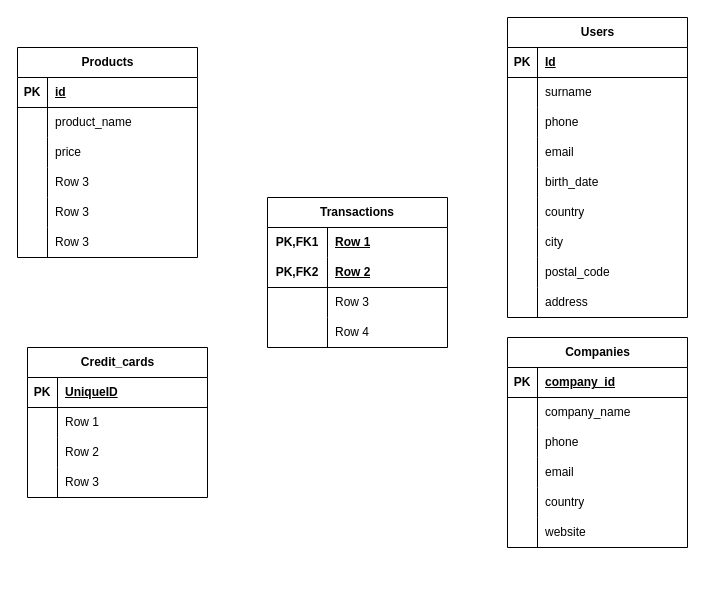
This is Sprint 4_Data Modeling_SQL.drawio from Paulacharui/Sprint-4, a draw.io file, before an edit. Source tidied: cells renumbered, new cells numbered last; positions are measured from the earlier drawing's top-left corner, leaving out a move shared by most shapes. Both pictures are drawn from the tidied source at 100%, with x=0, y=0 at pixel (17, 17).
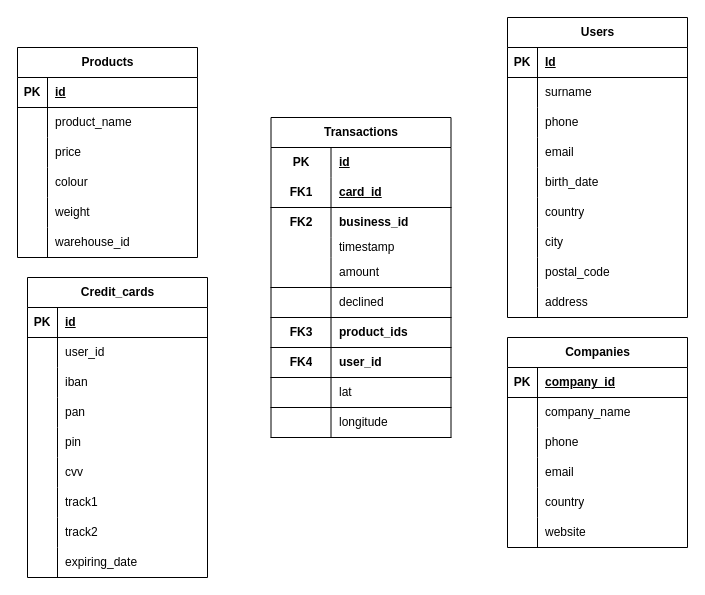
The same page after the edit.

The change refers to these unchanged cells:
```xml
<mxCell id="40" style="shape=tableRow;horizontal=0;startSize=0;swimlaneHead=0;swimlaneBody=0;fillColor=none;top=0;left=0;right=0;bottom=0;" parent="30" vertex="1">
  <mxGeometry y="120" width="180" height="30" as="geometry" />
</mxCell>
<mxCell id="43" style="shape=tableRow;horizontal=0;startSize=0;swimlaneHead=0;swimlaneBody=0;fillColor=none;top=0;left=0;right=0;bottom=0;" parent="30" vertex="1">
  <mxGeometry y="150" width="180" height="30" as="geometry" />
</mxCell>
<mxCell id="46" style="shape=tableRow;horizontal=0;startSize=0;swimlaneHead=0;swimlaneBody=0;fillColor=none;top=0;left=0;right=0;bottom=0;" parent="30" vertex="1">
  <mxGeometry y="180" width="180" height="30" as="geometry" />
</mxCell>
<mxCell id="50" style="shape=tableRow;horizontal=0;startSize=0;swimlaneHead=0;swimlaneBody=0;fillColor=none;top=0;left=0;right=0;bottom=1;" parent="49" vertex="1">
  <mxGeometry y="30" width="180" height="30" as="geometry" />
</mxCell>
<mxCell id="53" style="shape=tableRow;horizontal=0;startSize=0;swimlaneHead=0;swimlaneBody=0;fillColor=none;top=0;left=0;right=0;bottom=0;" parent="49" vertex="1">
  <mxGeometry y="60" width="180" height="30" as="geometry" />
</mxCell>
<mxCell id="56" style="shape=tableRow;horizontal=0;startSize=0;swimlaneHead=0;swimlaneBody=0;fillColor=none;top=0;left=0;right=0;bottom=0;" parent="49" vertex="1">
  <mxGeometry y="90" width="180" height="30" as="geometry" />
</mxCell>
<mxCell id="59" style="shape=tableRow;horizontal=0;startSize=0;swimlaneHead=0;swimlaneBody=0;fillColor=none;top=0;left=0;right=0;bottom=0;" parent="49" vertex="1">
  <mxGeometry y="120" width="180" height="30" as="geometry" />
</mxCell>
<mxCell id="82" style="shape=tableRow;horizontal=0;startSize=0;swimlaneHead=0;swimlaneBody=0;fillColor=none;top=0;left=0;right=0;bottom=0;html=1;" parent="81" vertex="1">
  <mxGeometry y="30" width="180" height="30" as="geometry" />
</mxCell>
<mxCell id="85" style="shape=tableRow;horizontal=0;startSize=0;swimlaneHead=0;swimlaneBody=0;fillColor=none;top=0;left=0;right=0;bottom=1;html=1;" parent="81" vertex="1">
  <mxGeometry y="60" width="180" height="30" as="geometry" />
</mxCell>
<mxCell id="88" style="shape=tableRow;horizontal=0;startSize=0;swimlaneHead=0;swimlaneBody=0;fillColor=none;top=0;left=0;right=0;bottom=0;html=1;" parent="81" vertex="1">
  <mxGeometry y="90" width="180" height="30" as="geometry" />
</mxCell>
```

Change to the diagram source:
```diff
@@
-    <mxCell id="42" value="Row 3" style="shape=partialRectangle;fillColor=none;top=0;left=0;bottom=0;right=0;align=left;spacingLeft=6;overflow=hidden;whiteSpace=wrap;html=1;" parent="40" vertex="1">
+    <mxCell id="42" value="colour" style="shape=partialRectangle;fillColor=none;top=0;left=0;bottom=0;right=0;align=left;spacingLeft=6;overflow=hidden;whiteSpace=wrap;html=1;" parent="40" vertex="1">
       <mxGeometry x="30" width="150" height="30" as="geometry" />
     </mxCell>
@@
-    <mxCell id="45" value="Row 3" style="shape=partialRectangle;fillColor=none;top=0;left=0;bottom=0;right=0;align=left;spacingLeft=6;overflow=hidden;whiteSpace=wrap;html=1;" parent="43" vertex="1">
+    <mxCell id="45" value="weight" style="shape=partialRectangle;fillColor=none;top=0;left=0;bottom=0;right=0;align=left;spacingLeft=6;overflow=hidden;whiteSpace=wrap;html=1;" parent="43" vertex="1">
       <mxGeometry x="30" width="150" height="30" as="geometry" />
     </mxCell>
@@
-    <mxCell id="48" value="Row 3" style="shape=partialRectangle;fillColor=none;top=0;left=0;bottom=0;right=0;align=left;spacingLeft=6;overflow=hidden;whiteSpace=wrap;html=1;" parent="46" vertex="1">
+    <mxCell id="48" value="warehouse_id" style="shape=partialRectangle;fillColor=none;top=0;left=0;bottom=0;right=0;align=left;spacingLeft=6;overflow=hidden;whiteSpace=wrap;html=1;" parent="46" vertex="1">
       <mxGeometry x="30" width="150" height="30" as="geometry" />
     </mxCell>
     <mxCell id="49" value="Credit_cards" style="shape=table;startSize=30;childLayout=tableLayout;rowLines=0;fontStyle=1;align=center;html=1;" parent="1" vertex="1">
-      <mxGeometry x="10" y="330" width="180" height="150" as="geometry" />
+      <mxGeometry x="10" y="260" width="180" height="300" as="geometry" />
     </mxCell>
@@
-    <mxCell id="52" value="UniqueID" style="shape=partialRectangle;fillColor=none;top=0;left=0;bottom=0;right=0;align=left;spacingLeft=6;fontStyle=5;overflow=hidden;whiteSpace=wrap;html=1;" parent="50" vertex="1">
+    <mxCell id="52" value="id" style="shape=partialRectangle;fillColor=none;top=0;left=0;bottom=0;right=0;align=left;spacingLeft=6;fontStyle=5;overflow=hidden;whiteSpace=wrap;html=1;" parent="50" vertex="1">
       <mxGeometry x="30" width="150" height="30" as="geometry" />
     </mxCell>
@@
-    <mxCell id="55" value="Row 1" style="shape=partialRectangle;fillColor=none;top=0;left=0;bottom=0;right=0;align=left;spacingLeft=6;overflow=hidden;whiteSpace=wrap;html=1;" parent="53" vertex="1">
+    <mxCell id="55" value="user_id" style="shape=partialRectangle;fillColor=none;top=0;left=0;bottom=0;right=0;align=left;spacingLeft=6;overflow=hidden;whiteSpace=wrap;html=1;" parent="53" vertex="1">
       <mxGeometry x="30" width="150" height="30" as="geometry" />
     </mxCell>
@@
-    <mxCell id="58" value="Row 2" style="shape=partialRectangle;fillColor=none;top=0;left=0;bottom=0;right=0;align=left;spacingLeft=6;overflow=hidden;whiteSpace=wrap;html=1;" parent="56" vertex="1">
+    <mxCell id="58" value="iban" style="shape=partialRectangle;fillColor=none;top=0;left=0;bottom=0;right=0;align=left;spacingLeft=6;overflow=hidden;whiteSpace=wrap;html=1;" parent="56" vertex="1">
       <mxGeometry x="30" width="150" height="30" as="geometry" />
     </mxCell>
@@
-    <mxCell id="61" value="Row 3" style="shape=partialRectangle;fillColor=none;top=0;left=0;bottom=0;right=0;align=left;spacingLeft=6;overflow=hidden;whiteSpace=wrap;html=1;" parent="59" vertex="1">
+    <mxCell id="61" value="pan" style="shape=partialRectangle;fillColor=none;top=0;left=0;bottom=0;right=0;align=left;spacingLeft=6;overflow=hidden;whiteSpace=wrap;html=1;" parent="59" vertex="1">
       <mxGeometry x="30" width="150" height="30" as="geometry" />
     </mxCell>
+    <mxCell id="94" style="shape=tableRow;horizontal=0;startSize=0;swimlaneHead=0;swimlaneBody=0;fillColor=none;top=0;left=0;right=0;bottom=0;" parent="49" vertex="1">
+      <mxGeometry y="150" width="180" height="30" as="geometry" />
+    </mxCell>
+    <mxCell id="95" style="shape=partialRectangle;fillColor=none;top=0;left=0;bottom=0;right=0;overflow=hidden;whiteSpace=wrap;html=1;" parent="94" vertex="1">
+      <mxGeometry width="30" height="30" as="geometry" />
+    </mxCell>
+    <mxCell id="96" value="pin" style="shape=partialRectangle;fillColor=none;top=0;left=0;bottom=0;right=0;align=left;spacingLeft=6;overflow=hidden;whiteSpace=wrap;html=1;" parent="94" vertex="1">
+      <mxGeometry x="30" width="150" height="30" as="geometry" />
+    </mxCell>
+    <mxCell id="97" style="shape=tableRow;horizontal=0;startSize=0;swimlaneHead=0;swimlaneBody=0;fillColor=none;top=0;left=0;right=0;bottom=0;" parent="49" vertex="1">
+      <mxGeometry y="180" width="180" height="30" as="geometry" />
+    </mxCell>
+    <mxCell id="98" style="shape=partialRectangle;fillColor=none;top=0;left=0;bottom=0;right=0;overflow=hidden;whiteSpace=wrap;html=1;" parent="97" vertex="1">
+      <mxGeometry width="30" height="30" as="geometry" />
+    </mxCell>
+    <mxCell id="99" value="cvv" style="shape=partialRectangle;fillColor=none;top=0;left=0;bottom=0;right=0;align=left;spacingLeft=6;overflow=hidden;whiteSpace=wrap;html=1;" parent="97" vertex="1">
+      <mxGeometry x="30" width="150" height="30" as="geometry" />
+    </mxCell>
+    <mxCell id="100" style="shape=tableRow;horizontal=0;startSize=0;swimlaneHead=0;swimlaneBody=0;fillColor=none;top=0;left=0;right=0;bottom=0;" parent="49" vertex="1">
+      <mxGeometry y="210" width="180" height="30" as="geometry" />
+    </mxCell>
+    <mxCell id="101" style="shape=partialRectangle;fillColor=none;top=0;left=0;bottom=0;right=0;overflow=hidden;whiteSpace=wrap;html=1;" parent="100" vertex="1">
+      <mxGeometry width="30" height="30" as="geometry" />
+    </mxCell>
+    <mxCell id="102" value="track1" style="shape=partialRectangle;fillColor=none;top=0;left=0;bottom=0;right=0;align=left;spacingLeft=6;overflow=hidden;whiteSpace=wrap;html=1;" parent="100" vertex="1">
+      <mxGeometry x="30" width="150" height="30" as="geometry" />
+    </mxCell>
+    <mxCell id="103" style="shape=tableRow;horizontal=0;startSize=0;swimlaneHead=0;swimlaneBody=0;fillColor=none;top=0;left=0;right=0;bottom=0;" parent="49" vertex="1">
+      <mxGeometry y="240" width="180" height="30" as="geometry" />
+    </mxCell>
+    <mxCell id="104" style="shape=partialRectangle;fillColor=none;top=0;left=0;bottom=0;right=0;overflow=hidden;whiteSpace=wrap;html=1;" parent="103" vertex="1">
+      <mxGeometry width="30" height="30" as="geometry" />
+    </mxCell>
+    <mxCell id="105" value="track2" style="shape=partialRectangle;fillColor=none;top=0;left=0;bottom=0;right=0;align=left;spacingLeft=6;overflow=hidden;whiteSpace=wrap;html=1;" parent="103" vertex="1">
+      <mxGeometry x="30" width="150" height="30" as="geometry" />
+    </mxCell>
+    <mxCell id="106" style="shape=tableRow;horizontal=0;startSize=0;swimlaneHead=0;swimlaneBody=0;fillColor=none;top=0;left=0;right=0;bottom=0;" parent="49" vertex="1">
+      <mxGeometry y="270" width="180" height="30" as="geometry" />
+    </mxCell>
+    <mxCell id="107" style="shape=partialRectangle;fillColor=none;top=0;left=0;bottom=0;right=0;overflow=hidden;whiteSpace=wrap;html=1;" parent="106" vertex="1">
+      <mxGeometry width="30" height="30" as="geometry" />
+    </mxCell>
+    <mxCell id="108" value="expiring_date" style="shape=partialRectangle;fillColor=none;top=0;left=0;bottom=0;right=0;align=left;spacingLeft=6;overflow=hidden;whiteSpace=wrap;html=1;" parent="106" vertex="1">
+      <mxGeometry x="30" width="150" height="30" as="geometry" />
+    </mxCell>
@@
     <mxCell id="81" value="Transactions" style="shape=table;startSize=30;childLayout=tableLayout;rowLines=0;fontStyle=1;align=center;html=1;whiteSpace=wrap;" parent="1" vertex="1">
-      <mxGeometry x="250" y="180" width="180" height="150" as="geometry" />
+      <mxGeometry x="253.5" y="100" width="180" height="320" as="geometry" />
     </mxCell>
@@
-    <mxCell id="83" value="PK,FK1" style="shape=partialRectangle;fillColor=none;top=0;left=0;bottom=0;right=0;fontStyle=1;overflow=hidden;html=1;whiteSpace=wrap;" parent="82" vertex="1">
+    <mxCell id="83" value="PK" style="shape=partialRectangle;fillColor=none;top=0;left=0;bottom=0;right=0;fontStyle=1;overflow=hidden;html=1;whiteSpace=wrap;" parent="82" vertex="1">
       <mxGeometry width="60" height="30" as="geometry" />
     </mxCell>
-    <mxCell id="84" value="Row 1" style="shape=partialRectangle;fillColor=none;top=0;left=0;bottom=0;right=0;align=left;spacingLeft=6;fontStyle=5;overflow=hidden;html=1;whiteSpace=wrap;" parent="82" vertex="1">
+    <mxCell id="84" value="id" style="shape=partialRectangle;fillColor=none;top=0;left=0;bottom=0;right=0;align=left;spacingLeft=6;fontStyle=5;overflow=hidden;html=1;whiteSpace=wrap;" parent="82" vertex="1">
       <mxGeometry x="60" width="120" height="30" as="geometry" />
     </mxCell>
@@
-    <mxCell id="86" value="PK,FK2" style="shape=partialRectangle;fillColor=none;top=0;left=0;bottom=0;right=0;fontStyle=1;overflow=hidden;html=1;whiteSpace=wrap;" parent="85" vertex="1">
+    <mxCell id="86" value="FK1" style="shape=partialRectangle;fillColor=none;top=0;left=0;bottom=0;right=0;fontStyle=1;overflow=hidden;html=1;whiteSpace=wrap;" parent="85" vertex="1">
       <mxGeometry width="60" height="30" as="geometry" />
     </mxCell>
-    <mxCell id="87" value="Row 2" style="shape=partialRectangle;fillColor=none;top=0;left=0;bottom=0;right=0;align=left;spacingLeft=6;fontStyle=5;overflow=hidden;html=1;whiteSpace=wrap;" parent="85" vertex="1">
+    <mxCell id="87" value="card_id" style="shape=partialRectangle;fillColor=none;top=0;left=0;bottom=0;right=0;align=left;spacingLeft=6;fontStyle=5;overflow=hidden;html=1;whiteSpace=wrap;" parent="85" vertex="1">
       <mxGeometry x="60" width="120" height="30" as="geometry" />
     </mxCell>
@@
-    <mxCell id="89" style="shape=partialRectangle;fillColor=none;top=0;left=0;bottom=0;right=0;overflow=hidden;html=1;whiteSpace=wrap;" parent="88" vertex="1">
+    <mxCell id="89" value="&lt;b&gt;FK2&lt;/b&gt;" style="shape=partialRectangle;fillColor=none;top=0;left=0;bottom=0;right=0;overflow=hidden;html=1;whiteSpace=wrap;" parent="88" vertex="1">
       <mxGeometry width="60" height="30" as="geometry" />
     </mxCell>
-    <mxCell id="90" value="Row 3" style="shape=partialRectangle;fillColor=none;top=0;left=0;bottom=0;right=0;align=left;spacingLeft=6;overflow=hidden;html=1;whiteSpace=wrap;" parent="88" vertex="1">
+    <mxCell id="90" value="&lt;b&gt;business_id&lt;/b&gt;" style="shape=partialRectangle;fillColor=none;top=0;left=0;bottom=0;right=0;align=left;spacingLeft=6;overflow=hidden;html=1;whiteSpace=wrap;" parent="88" vertex="1">
       <mxGeometry x="60" width="120" height="30" as="geometry" />
     </mxCell>
     <mxCell id="91" style="shape=tableRow;horizontal=0;startSize=0;swimlaneHead=0;swimlaneBody=0;fillColor=none;top=0;left=0;right=0;bottom=0;html=1;" parent="81" vertex="1">
-      <mxGeometry y="120" width="180" height="30" as="geometry" />
+      <mxGeometry y="120" width="180" height="20" as="geometry" />
     </mxCell>
     <mxCell id="92" style="shape=partialRectangle;fillColor=none;top=0;left=0;bottom=0;right=0;overflow=hidden;html=1;whiteSpace=wrap;" parent="91" vertex="1">
-      <mxGeometry width="60" height="30" as="geometry" />
+      <mxGeometry width="60" height="20" as="geometry" />
     </mxCell>
-    <mxCell id="93" value="Row 4" style="shape=partialRectangle;fillColor=none;top=0;left=0;bottom=0;right=0;align=left;spacingLeft=6;overflow=hidden;html=1;whiteSpace=wrap;" parent="91" vertex="1">
-      <mxGeometry x="60" width="120" height="30" as="geometry" />
+    <mxCell id="93" value="timestamp" style="shape=partialRectangle;fillColor=none;top=0;left=0;bottom=0;right=0;align=left;spacingLeft=6;overflow=hidden;html=1;whiteSpace=wrap;" parent="91" vertex="1">
+      <mxGeometry x="60" width="120" height="20" as="geometry" />
     </mxCell>
+    <mxCell id="109" style="shape=tableRow;horizontal=0;startSize=0;swimlaneHead=0;swimlaneBody=0;fillColor=none;top=0;left=0;right=0;bottom=1;html=1;" parent="81" vertex="1">
+      <mxGeometry y="140" width="180" height="30" as="geometry" />
+    </mxCell>
+    <mxCell id="110" style="shape=partialRectangle;fillColor=none;top=0;left=0;bottom=0;right=0;fontStyle=1;overflow=hidden;html=1;whiteSpace=wrap;" parent="109" vertex="1">
+      <mxGeometry width="60" height="30" as="geometry" />
+    </mxCell>
+    <mxCell id="111" value="&lt;span style=&quot;font-weight: normal;&quot;&gt;amount&lt;/span&gt;" style="shape=partialRectangle;fillColor=none;top=0;left=0;bottom=0;right=0;align=left;spacingLeft=6;fontStyle=1;overflow=hidden;html=1;whiteSpace=wrap;" parent="109" vertex="1">
+      <mxGeometry x="60" width="120" height="30" as="geometry" />
+    </mxCell>
+    <mxCell id="112" style="shape=tableRow;horizontal=0;startSize=0;swimlaneHead=0;swimlaneBody=0;fillColor=none;top=0;left=0;right=0;bottom=1;html=1;" parent="81" vertex="1">
+      <mxGeometry y="170" width="180" height="30" as="geometry" />
+    </mxCell>
+    <mxCell id="113" style="shape=partialRectangle;fillColor=none;top=0;left=0;bottom=0;right=0;fontStyle=1;overflow=hidden;html=1;whiteSpace=wrap;" parent="112" vertex="1">
+      <mxGeometry width="60" height="30" as="geometry" />
+    </mxCell>
+    <mxCell id="114" value="&lt;span style=&quot;font-weight: normal;&quot;&gt;declined&lt;/span&gt;" style="shape=partialRectangle;fillColor=none;top=0;left=0;bottom=0;right=0;align=left;spacingLeft=6;fontStyle=1;overflow=hidden;html=1;whiteSpace=wrap;" parent="112" vertex="1">
+      <mxGeometry x="60" width="120" height="30" as="geometry" />
+    </mxCell>
+    <mxCell id="115" style="shape=tableRow;horizontal=0;startSize=0;swimlaneHead=0;swimlaneBody=0;fillColor=none;top=0;left=0;right=0;bottom=1;html=1;" parent="81" vertex="1">
+      <mxGeometry y="200" width="180" height="30" as="geometry" />
+    </mxCell>
+    <mxCell id="116" value="FK3" style="shape=partialRectangle;fillColor=none;top=0;left=0;bottom=0;right=0;fontStyle=1;overflow=hidden;html=1;whiteSpace=wrap;" parent="115" vertex="1">
+      <mxGeometry width="60" height="30" as="geometry" />
+    </mxCell>
+    <mxCell id="117" value="product_ids" style="shape=partialRectangle;fillColor=none;top=0;left=0;bottom=0;right=0;align=left;spacingLeft=6;fontStyle=1;overflow=hidden;html=1;whiteSpace=wrap;" parent="115" vertex="1">
+      <mxGeometry x="60" width="120" height="30" as="geometry" />
+    </mxCell>
+    <mxCell id="118" style="shape=tableRow;horizontal=0;startSize=0;swimlaneHead=0;swimlaneBody=0;fillColor=none;top=0;left=0;right=0;bottom=1;html=1;" parent="81" vertex="1">
+      <mxGeometry y="230" width="180" height="30" as="geometry" />
+    </mxCell>
+    <mxCell id="119" value="FK4" style="shape=partialRectangle;fillColor=none;top=0;left=0;bottom=0;right=0;fontStyle=1;overflow=hidden;html=1;whiteSpace=wrap;" parent="118" vertex="1">
+      <mxGeometry width="60" height="30" as="geometry" />
+    </mxCell>
+    <mxCell id="120" value="user_id" style="shape=partialRectangle;fillColor=none;top=0;left=0;bottom=0;right=0;align=left;spacingLeft=6;fontStyle=1;overflow=hidden;html=1;whiteSpace=wrap;" parent="118" vertex="1">
+      <mxGeometry x="60" width="120" height="30" as="geometry" />
+    </mxCell>
+    <mxCell id="121" style="shape=tableRow;horizontal=0;startSize=0;swimlaneHead=0;swimlaneBody=0;fillColor=none;top=0;left=0;right=0;bottom=1;html=1;" parent="81" vertex="1">
+      <mxGeometry y="260" width="180" height="30" as="geometry" />
+    </mxCell>
+    <mxCell id="122" style="shape=partialRectangle;fillColor=none;top=0;left=0;bottom=0;right=0;fontStyle=1;overflow=hidden;html=1;whiteSpace=wrap;" parent="121" vertex="1">
+      <mxGeometry width="60" height="30" as="geometry" />
+    </mxCell>
+    <mxCell id="123" value="&lt;span style=&quot;font-weight: normal;&quot;&gt;lat&lt;/span&gt;" style="shape=partialRectangle;fillColor=none;top=0;left=0;bottom=0;right=0;align=left;spacingLeft=6;fontStyle=1;overflow=hidden;html=1;whiteSpace=wrap;" parent="121" vertex="1">
+      <mxGeometry x="60" width="120" height="30" as="geometry" />
+    </mxCell>
+    <mxCell id="124" style="shape=tableRow;horizontal=0;startSize=0;swimlaneHead=0;swimlaneBody=0;fillColor=none;top=0;left=0;right=0;bottom=1;html=1;" parent="81" vertex="1">
+      <mxGeometry y="290" width="180" height="30" as="geometry" />
+    </mxCell>
+    <mxCell id="125" style="shape=partialRectangle;fillColor=none;top=0;left=0;bottom=0;right=0;fontStyle=1;overflow=hidden;html=1;whiteSpace=wrap;" parent="124" vertex="1">
+      <mxGeometry width="60" height="30" as="geometry" />
+    </mxCell>
+    <mxCell id="126" value="&lt;span style=&quot;font-weight: normal;&quot;&gt;longitude&lt;/span&gt;" style="shape=partialRectangle;fillColor=none;top=0;left=0;bottom=0;right=0;align=left;spacingLeft=6;fontStyle=1;overflow=hidden;html=1;whiteSpace=wrap;" parent="124" vertex="1">
+      <mxGeometry x="60" width="120" height="30" as="geometry" />
+    </mxCell>
```
